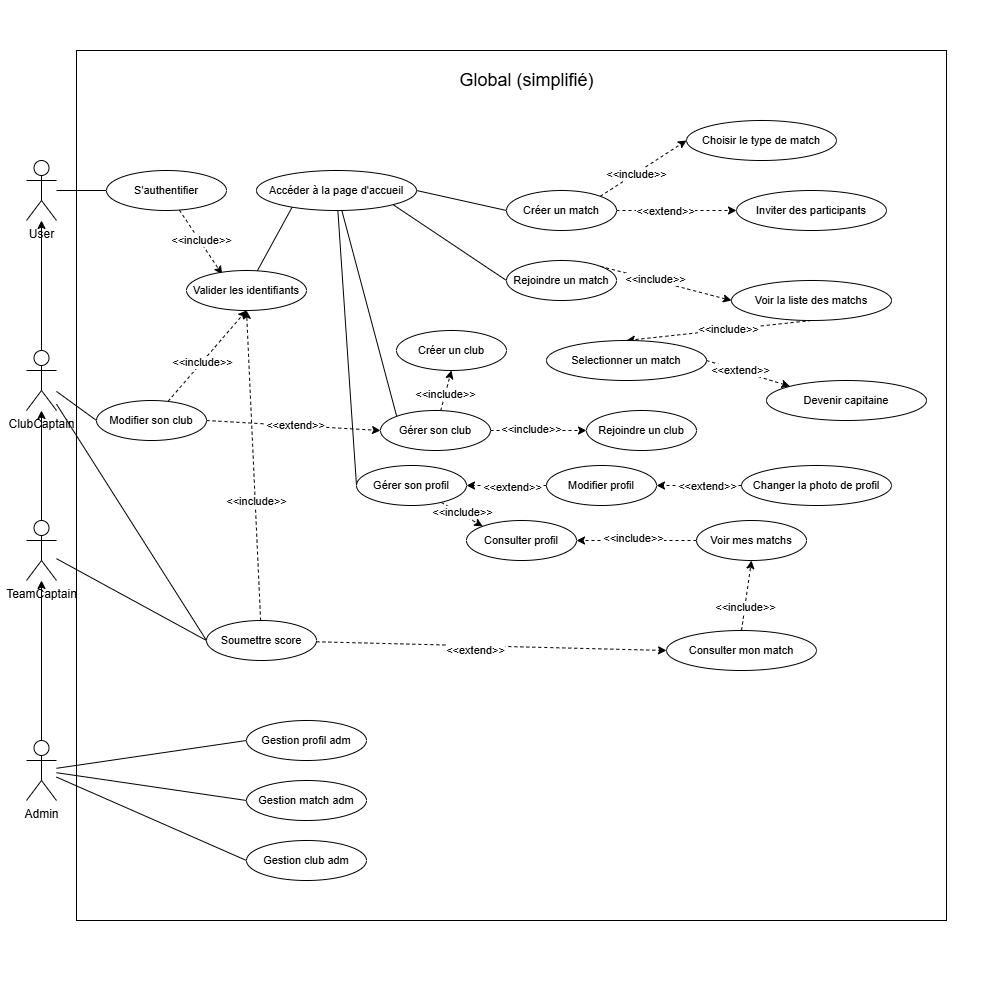
Before: Diagram use case Global simplifié.drawio.png, a diagram exported from draw.io (Mathistrg/Styx). Source tidied: cells renumbered, new cells last; positions are measured from the earlier drawing's top-left corner, leaving out a move shared by most shapes.
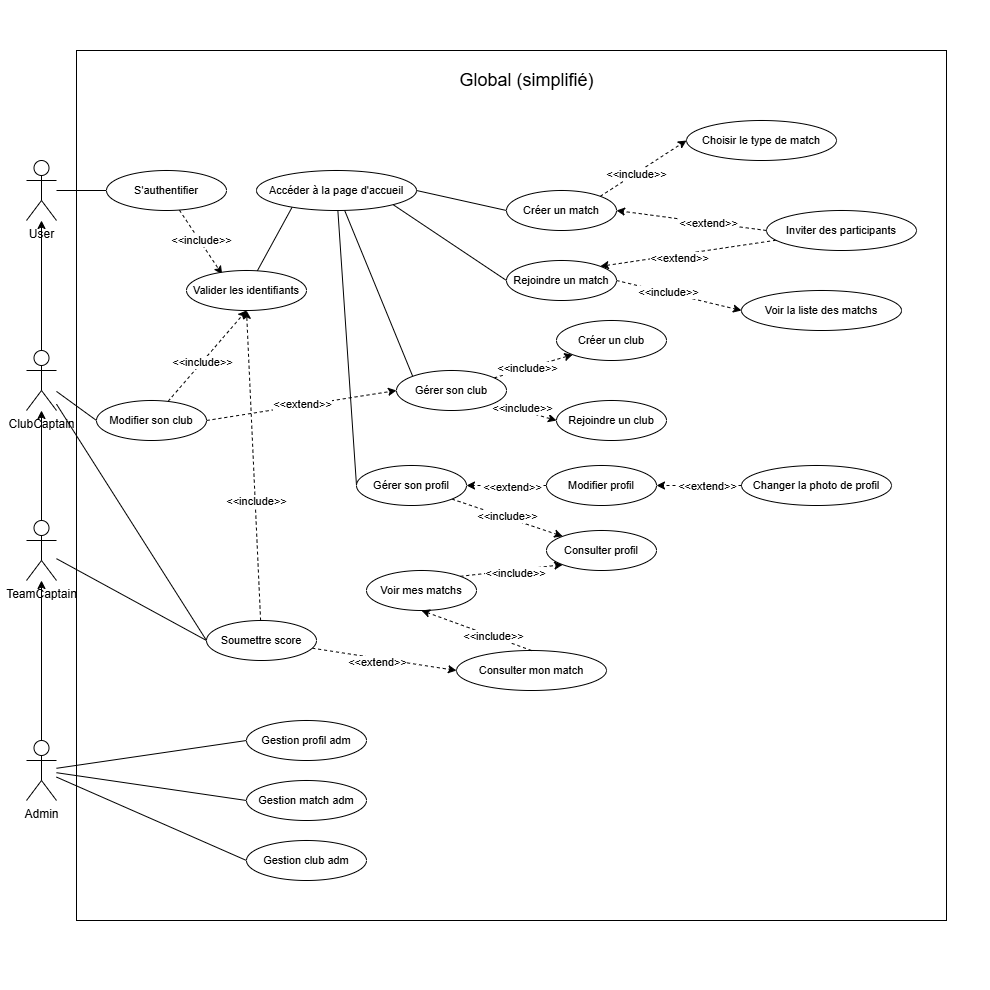
After the commit.

Commit message:
Mettre à jour Diagram use case Global simplifié.drawio.png

What changed in the source:
```diff
@@ -98,7 +98,7 @@
     <mxCell id="33" value="&amp;lt;&amp;lt;include&amp;gt;&amp;gt;" style="edgeLabel;html=1;align=center;verticalAlign=middle;fontFamily=Helvetica;fontSize=11;fontColor=default;labelBackgroundColor=default;" parent="32" vertex="1">
       <mxGeometry x="-0.17" y="-1" relative="1" as="geometry" />
     </mxCell>
-    <mxCell id="34" style="edgeStyle=none;shape=connector;rounded=0;jettySize=auto;html=1;entryX=0;entryY=0.5;entryDx=0;entryDy=0;dashed=1;strokeColor=default;align=center;verticalAlign=middle;fontFamily=Helvetica;fontSize=11;fontColor=default;labelBackgroundColor=default;endArrow=classic;endFill=1;" parent="1" edge="1" source="36" target="38">
+    <mxCell id="34" style="edgeStyle=none;shape=connector;rounded=0;jettySize=auto;html=1;entryX=1;entryY=0.5;entryDx=0;entryDy=0;dashed=1;strokeColor=default;align=center;verticalAlign=middle;fontFamily=Helvetica;fontSize=11;fontColor=default;labelBackgroundColor=default;endArrow=classic;endFill=1;exitX=0;exitY=0.5;exitDx=0;exitDy=0;" parent="1" edge="1" source="38" target="36">
       <mxGeometry relative="1" as="geometry" />
     </mxCell>
     <mxCell id="35" value="&amp;lt;&amp;lt;extend&amp;gt;&amp;gt;" style="edgeLabel;html=1;align=center;verticalAlign=middle;fontFamily=Helvetica;fontSize=11;fontColor=default;labelBackgroundColor=default;" parent="34" vertex="1">
@@ -112,10 +112,16 @@
     <mxCell id="37" value="Choisir le type de match" style="ellipse;whiteSpace=wrap;html=1;fontFamily=Helvetica;fontSize=11;fontColor=default;labelBackgroundColor=default;" parent="1" vertex="1">
       <mxGeometry x="686" y="120" width="150" height="40" as="geometry" />
     </mxCell>
+    <mxCell id="82" style="edgeStyle=none;shape=connector;rounded=0;jettySize=auto;html=1;entryX=1;entryY=0;entryDx=0;entryDy=0;dashed=1;strokeColor=default;align=center;verticalAlign=middle;fontFamily=Helvetica;fontSize=11;fontColor=default;labelBackgroundColor=default;endArrow=classic;endFill=1;" parent="1" edge="1" source="38" target="41">
+      <mxGeometry relative="1" as="geometry" />
+    </mxCell>
+    <mxCell id="45" value="&amp;lt;&amp;lt;extend&amp;gt;&amp;gt;" style="edgeLabel;html=1;align=center;verticalAlign=middle;fontFamily=Helvetica;fontSize=11;fontColor=default;labelBackgroundColor=default;" parent="82" vertex="1">
+      <mxGeometry x="0.12" y="3" relative="1" as="geometry" />
+    </mxCell>
     <mxCell id="38" value="Inviter des participants" style="ellipse;whiteSpace=wrap;html=1;fontFamily=Helvetica;fontSize=11;fontColor=default;labelBackgroundColor=default;" parent="1" vertex="1">
-      <mxGeometry x="736" y="190" width="150" height="40" as="geometry" />
+      <mxGeometry x="766" y="210" width="150" height="40" as="geometry" />
     </mxCell>
-    <mxCell id="39" style="edgeStyle=none;shape=connector;rounded=0;jettySize=auto;html=1;exitX=1;exitY=0;exitDx=0;exitDy=0;entryX=0;entryY=0.5;entryDx=0;entryDy=0;dashed=1;strokeColor=default;align=center;verticalAlign=middle;fontFamily=Helvetica;fontSize=11;fontColor=default;labelBackgroundColor=default;endArrow=classic;endFill=1;" parent="1" edge="1" source="41" target="46">
+    <mxCell id="39" style="edgeStyle=none;shape=connector;rounded=0;jettySize=auto;html=1;exitX=1;exitY=0.5;exitDx=0;exitDy=0;entryX=0;entryY=0.5;entryDx=0;entryDy=0;dashed=1;strokeColor=default;align=center;verticalAlign=middle;fontFamily=Helvetica;fontSize=11;fontColor=default;labelBackgroundColor=default;endArrow=classic;endFill=1;" parent="1" edge="1" source="41" target="46">
       <mxGeometry relative="1" as="geometry" />
     </mxCell>
     <mxCell id="40" value="&amp;lt;&amp;lt;include&amp;gt;&amp;gt;" style="edgeLabel;html=1;align=center;verticalAlign=middle;fontFamily=Helvetica;fontSize=11;fontColor=default;labelBackgroundColor=default;" parent="39" vertex="1">
@@ -124,28 +130,10 @@
     <mxCell id="41" value="Rejoindre un match" style="ellipse;whiteSpace=wrap;html=1;fontFamily=Helvetica;fontSize=11;fontColor=default;labelBackgroundColor=default;" parent="1" vertex="1">
       <mxGeometry x="506" y="260" width="110" height="40" as="geometry" />
     </mxCell>
-    <mxCell id="42" style="edgeStyle=none;shape=connector;rounded=0;jettySize=auto;html=1;entryX=0.5;entryY=0;entryDx=0;entryDy=0;dashed=1;strokeColor=default;align=center;verticalAlign=middle;fontFamily=Helvetica;fontSize=11;fontColor=default;labelBackgroundColor=default;endArrow=classic;endFill=1;exitX=0.5;exitY=1;exitDx=0;exitDy=0;" parent="1" edge="1" source="46" target="47">
-      <mxGeometry relative="1" as="geometry" />
-    </mxCell>
-    <mxCell id="43" value="&amp;lt;&amp;lt;include&amp;gt;&amp;gt;" style="edgeLabel;html=1;align=center;verticalAlign=middle;fontFamily=Helvetica;fontSize=11;fontColor=default;labelBackgroundColor=default;" parent="42" vertex="1">
-      <mxGeometry x="-0.1" y="-1" relative="1" as="geometry" />
-    </mxCell>
-    <mxCell id="44" style="edgeStyle=none;shape=connector;rounded=0;jettySize=auto;html=1;entryX=0;entryY=0;entryDx=0;entryDy=0;dashed=1;strokeColor=default;align=center;verticalAlign=middle;fontFamily=Helvetica;fontSize=11;fontColor=default;labelBackgroundColor=default;endArrow=classic;endFill=1;exitX=1;exitY=0.5;exitDx=0;exitDy=0;" parent="1" edge="1" source="47" target="48">
-      <mxGeometry relative="1" as="geometry" />
-    </mxCell>
-    <mxCell id="45" value="&amp;lt;&amp;lt;extend&amp;gt;&amp;gt;" style="edgeLabel;html=1;align=center;verticalAlign=middle;fontFamily=Helvetica;fontSize=11;fontColor=default;labelBackgroundColor=default;" parent="44" vertex="1">
-      <mxGeometry x="-0.21" y="1" relative="1" as="geometry" />
-    </mxCell>
     <mxCell id="46" value="Voir la liste des matchs" style="ellipse;whiteSpace=wrap;html=1;fontFamily=Helvetica;fontSize=11;fontColor=default;labelBackgroundColor=default;" parent="1" vertex="1">
-      <mxGeometry x="731" y="280" width="160" height="40" as="geometry" />
+      <mxGeometry x="741" y="290" width="160" height="40" as="geometry" />
     </mxCell>
-    <mxCell id="47" value="Selectionner un match" style="ellipse;whiteSpace=wrap;html=1;fontFamily=Helvetica;fontSize=11;fontColor=default;labelBackgroundColor=default;" parent="1" vertex="1">
-      <mxGeometry x="546" y="340" width="160" height="40" as="geometry" />
-    </mxCell>
-    <mxCell id="48" value="Devenir capitaine" style="ellipse;whiteSpace=wrap;html=1;fontFamily=Helvetica;fontSize=11;fontColor=default;labelBackgroundColor=default;" parent="1" vertex="1">
-      <mxGeometry x="766" y="380" width="160" height="40" as="geometry" />
-    </mxCell>
-    <mxCell id="49" style="edgeStyle=none;shape=connector;rounded=0;jettySize=auto;html=1;entryX=0.5;entryY=1;entryDx=0;entryDy=0;dashed=1;strokeColor=default;align=center;verticalAlign=middle;fontFamily=Helvetica;fontSize=11;fontColor=default;labelBackgroundColor=default;endArrow=classic;endFill=1;" parent="1" edge="1" source="55" target="56">
+    <mxCell id="49" style="edgeStyle=none;shape=connector;rounded=0;jettySize=auto;html=1;entryX=0;entryY=1;entryDx=0;entryDy=0;dashed=1;strokeColor=default;align=center;verticalAlign=middle;fontFamily=Helvetica;fontSize=11;fontColor=default;labelBackgroundColor=default;endArrow=classic;endFill=1;" parent="1" edge="1" source="55" target="56">
       <mxGeometry relative="1" as="geometry" />
     </mxCell>
     <mxCell id="50" value="&amp;lt;&amp;lt;include&amp;gt;&amp;gt;" style="edgeLabel;html=1;align=center;verticalAlign=middle;fontFamily=Helvetica;fontSize=11;fontColor=default;labelBackgroundColor=default;" parent="49" vertex="1">
@@ -164,13 +152,13 @@
       <mxGeometry x="0.01" y="1" relative="1" as="geometry" />
     </mxCell>
     <mxCell id="55" value="Gérer son club" style="ellipse;whiteSpace=wrap;html=1;fontFamily=Helvetica;fontSize=11;fontColor=default;labelBackgroundColor=default;" parent="1" vertex="1">
-      <mxGeometry x="380" y="410" width="110" height="40" as="geometry" />
+      <mxGeometry x="396" y="370" width="110" height="40" as="geometry" />
     </mxCell>
     <mxCell id="56" value="Créer un club" style="ellipse;whiteSpace=wrap;html=1;fontFamily=Helvetica;fontSize=11;fontColor=default;labelBackgroundColor=default;" parent="1" vertex="1">
-      <mxGeometry x="396" y="330" width="110" height="40" as="geometry" />
+      <mxGeometry x="556" y="320" width="110" height="40" as="geometry" />
     </mxCell>
     <mxCell id="57" value="Rejoindre un club" style="ellipse;whiteSpace=wrap;html=1;fontFamily=Helvetica;fontSize=11;fontColor=default;labelBackgroundColor=default;" parent="1" vertex="1">
-      <mxGeometry x="586" y="410" width="110" height="40" as="geometry" />
+      <mxGeometry x="556" y="400" width="110" height="40" as="geometry" />
     </mxCell>
     <mxCell id="58" style="edgeStyle=none;shape=connector;rounded=0;jettySize=auto;html=1;entryX=0.5;entryY=1;entryDx=0;entryDy=0;dashed=1;strokeColor=default;align=center;verticalAlign=middle;fontFamily=Helvetica;fontSize=11;fontColor=default;labelBackgroundColor=default;endArrow=classic;endFill=1;" parent="1" edge="1" source="60" target="25">
       <mxGeometry relative="1" as="geometry" />
@@ -196,14 +184,14 @@
     <mxCell id="65" value="&amp;lt;&amp;lt;extend&amp;gt;&amp;gt;" style="edgeLabel;html=1;align=center;verticalAlign=middle;fontFamily=Helvetica;fontSize=11;fontColor=default;labelBackgroundColor=default;" parent="64" vertex="1">
       <mxGeometry x="-0.13" y="1" relative="1" as="geometry" />
     </mxCell>
-    <mxCell id="66" style="edgeStyle=none;shape=connector;rounded=0;jettySize=auto;html=1;entryX=1;entryY=0.5;entryDx=0;entryDy=0;dashed=1;strokeColor=default;align=center;verticalAlign=middle;fontFamily=Helvetica;fontSize=11;fontColor=default;labelBackgroundColor=default;endArrow=classic;endFill=1;exitX=0;exitY=0.5;exitDx=0;exitDy=0;" parent="1" edge="1" source="73" target="68">
+    <mxCell id="66" style="edgeStyle=none;shape=connector;rounded=0;jettySize=auto;html=1;entryX=0;entryY=1;entryDx=0;entryDy=0;dashed=1;strokeColor=default;align=center;verticalAlign=middle;fontFamily=Helvetica;fontSize=11;fontColor=default;labelBackgroundColor=default;endArrow=classic;endFill=1;exitX=1;exitY=0;exitDx=0;exitDy=0;" parent="1" edge="1" source="73" target="68">
       <mxGeometry relative="1" as="geometry" />
     </mxCell>
     <mxCell id="67" value="&amp;lt;&amp;lt;include&amp;gt;&amp;gt;" style="edgeLabel;html=1;align=center;verticalAlign=middle;fontFamily=Helvetica;fontSize=11;fontColor=default;labelBackgroundColor=default;" parent="66" vertex="1">
       <mxGeometry x="0.06" y="-3" relative="1" as="geometry" />
     </mxCell>
     <mxCell id="68" value="Consulter profil" style="ellipse;whiteSpace=wrap;html=1;fontFamily=Helvetica;fontSize=11;fontColor=default;labelBackgroundColor=default;" parent="1" vertex="1">
-      <mxGeometry x="466" y="520" width="110" height="40" as="geometry" />
+      <mxGeometry x="546" y="530" width="110" height="40" as="geometry" />
     </mxCell>
     <mxCell id="69" style="edgeStyle=none;shape=connector;rounded=0;jettySize=auto;html=1;exitX=0;exitY=0.5;exitDx=0;exitDy=0;entryX=1;entryY=0.5;entryDx=0;entryDy=0;dashed=1;strokeColor=default;align=center;verticalAlign=middle;fontFamily=Helvetica;fontSize=11;fontColor=default;labelBackgroundColor=default;endArrow=classic;endFill=1;" parent="1" edge="1" source="72" target="71">
       <mxGeometry relative="1" as="geometry" />
@@ -220,10 +208,10 @@
       <mxGeometry x="741" y="465" width="150" height="40" as="geometry" />
     </mxCell>
     <mxCell id="73" value="Voir mes matchs" style="ellipse;whiteSpace=wrap;html=1;fontFamily=Helvetica;fontSize=11;fontColor=default;labelBackgroundColor=default;" parent="1" vertex="1">
-      <mxGeometry x="696" y="520" width="110" height="40" as="geometry" />
+      <mxGeometry x="366" y="570" width="110" height="40" as="geometry" />
     </mxCell>
     <mxCell id="74" value="Consulter mon match" style="ellipse;whiteSpace=wrap;html=1;fontFamily=Helvetica;fontSize=11;fontColor=default;labelBackgroundColor=default;" parent="1" vertex="1">
-      <mxGeometry x="666" y="630" width="150" height="40" as="geometry" />
+      <mxGeometry x="456" y="650" width="150" height="40" as="geometry" />
     </mxCell>
     <mxCell id="75" style="edgeStyle=none;shape=connector;rounded=0;jettySize=auto;html=1;dashed=1;strokeColor=default;align=center;verticalAlign=middle;fontFamily=Helvetica;fontSize=11;fontColor=default;labelBackgroundColor=default;endArrow=classic;endFill=1;exitX=0.5;exitY=0;exitDx=0;exitDy=0;entryX=0.5;entryY=1;entryDx=0;entryDy=0;" parent="1" edge="1" source="74" target="73">
       <mxGeometry relative="1" as="geometry" />
```
